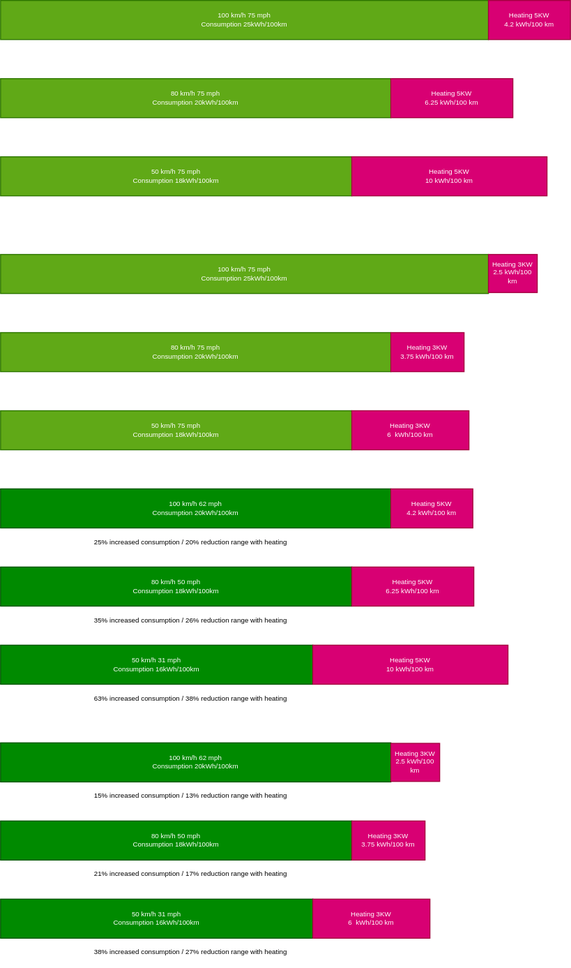
Above: content/guides/understandingrange/winterconsumption.drawio.svg in electrichasgoneaudi/electrichasgoneaudi.github.io (draw.io), before the change. Source tidied: cells renumbered, new cells last; positions are measured from the earlier drawing's top-left corner, leaving out a move shared by most shapes.
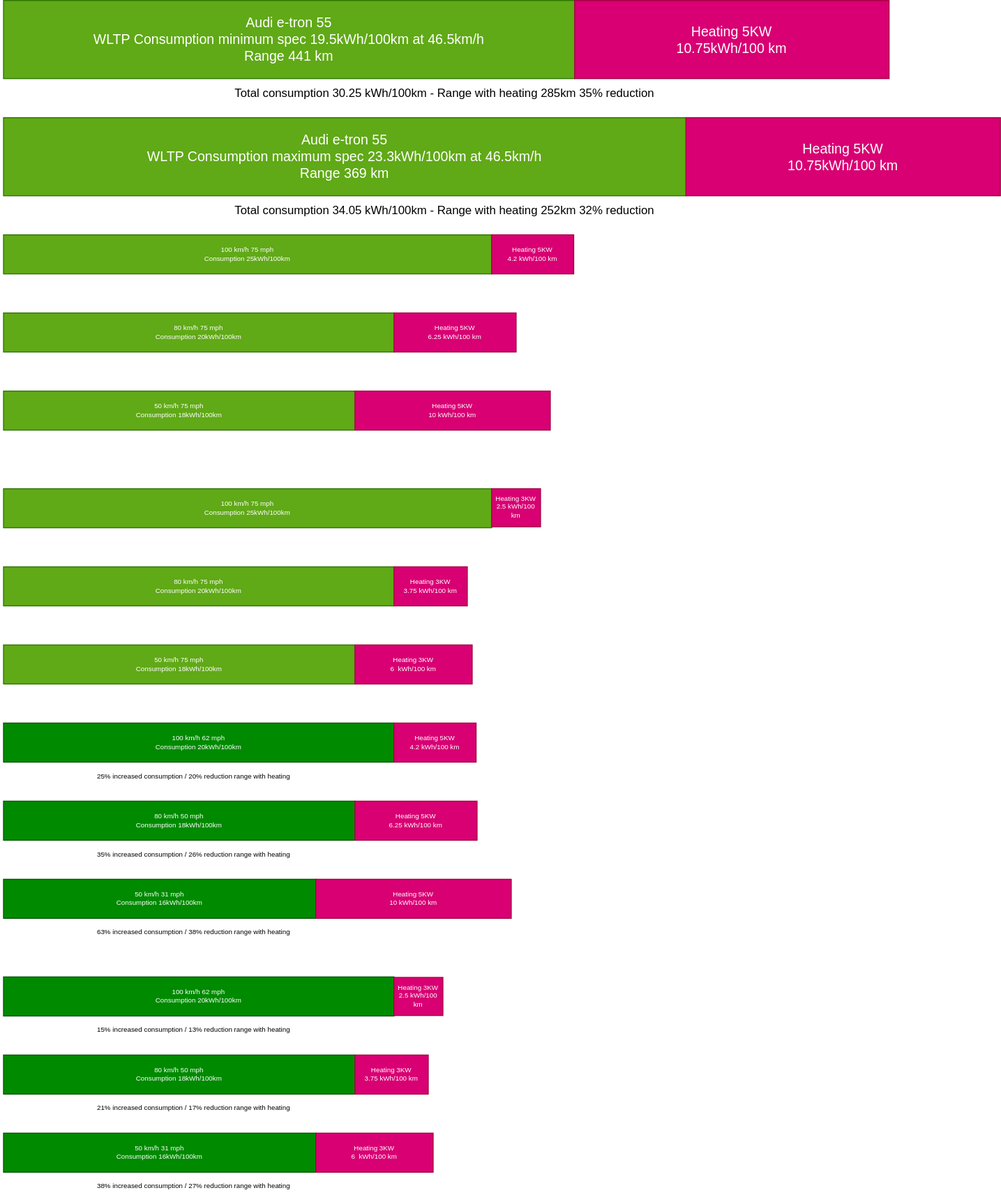
After the change.

Diff of the diagram source:
```diff
@@ -92,5 +92,23 @@
     <mxCell id="31" value="38% increased consumption / 27% reduction range with heating" style="text;html=1;strokeColor=none;fillColor=none;align=center;verticalAlign=middle;whiteSpace=wrap;rounded=0;fontSize=7;" parent="1" vertex="1">
       <mxGeometry x="80" y="960" width="230" height="30" as="geometry" />
     </mxCell>
+    <mxCell id="32" value="&lt;font style=&quot;font-size: 14px&quot;&gt;Audi e-tron 55 &lt;br&gt;WLTP Consumption minimum spec 19.5kWh/100km at 46.5km/h&lt;br&gt;Range 441 km&lt;/font&gt;" style="rounded=0;whiteSpace=wrap;html=1;fillColor=#60a917;fontColor=#ffffff;strokeColor=#2D7600;fontSize=7;" parent="1" vertex="1">
+      <mxGeometry y="-240" width="585" height="80" as="geometry" />
+    </mxCell>
+    <mxCell id="33" value="&lt;font style=&quot;font-size: 14px&quot;&gt;Heating 5KW&lt;br&gt;10.75kWh/100 km&lt;/font&gt;" style="rounded=0;whiteSpace=wrap;html=1;fillColor=#d80073;fontColor=#ffffff;strokeColor=#A50040;fontSize=7;" parent="1" vertex="1">
+      <mxGeometry x="585" y="-240" width="322" height="80" as="geometry" />
+    </mxCell>
+    <mxCell id="34" value="Total consumption 30.25 kWh/100km - Range with heating 285km 35% reduction" style="text;html=1;strokeColor=none;fillColor=none;align=center;verticalAlign=middle;whiteSpace=wrap;rounded=0;" parent="1" vertex="1">
+      <mxGeometry x="-3" y="-160" width="910" height="30" as="geometry" />
+    </mxCell>
+    <mxCell id="35" value="&lt;font style=&quot;font-size: 14px&quot;&gt;Audi e-tron 55 &lt;br&gt;WLTP Consumption maximum spec 23.3kWh/100km at 46.5km/h&lt;br&gt;Range 369 km&lt;/font&gt;" style="rounded=0;whiteSpace=wrap;html=1;fillColor=#60a917;fontColor=#ffffff;strokeColor=#2D7600;fontSize=7;" parent="1" vertex="1">
+      <mxGeometry y="-120" width="699" height="80" as="geometry" />
+    </mxCell>
+    <mxCell id="36" value="&lt;font style=&quot;font-size: 14px&quot;&gt;Heating 5KW&lt;br&gt;10.75kWh/100 km&lt;/font&gt;" style="rounded=0;whiteSpace=wrap;html=1;fillColor=#d80073;fontColor=#ffffff;strokeColor=#A50040;fontSize=7;" parent="1" vertex="1">
+      <mxGeometry x="699" y="-120" width="322" height="80" as="geometry" />
+    </mxCell>
+    <mxCell id="37" value="Total consumption 34.05 kWh/100km - Range with heating 252km 32% reduction" style="text;html=1;strokeColor=none;fillColor=none;align=center;verticalAlign=middle;whiteSpace=wrap;rounded=0;" parent="1" vertex="1">
+      <mxGeometry x="-3" y="-40" width="910" height="30" as="geometry" />
+    </mxCell>
   </root>
 </mxGraphModel>
```
